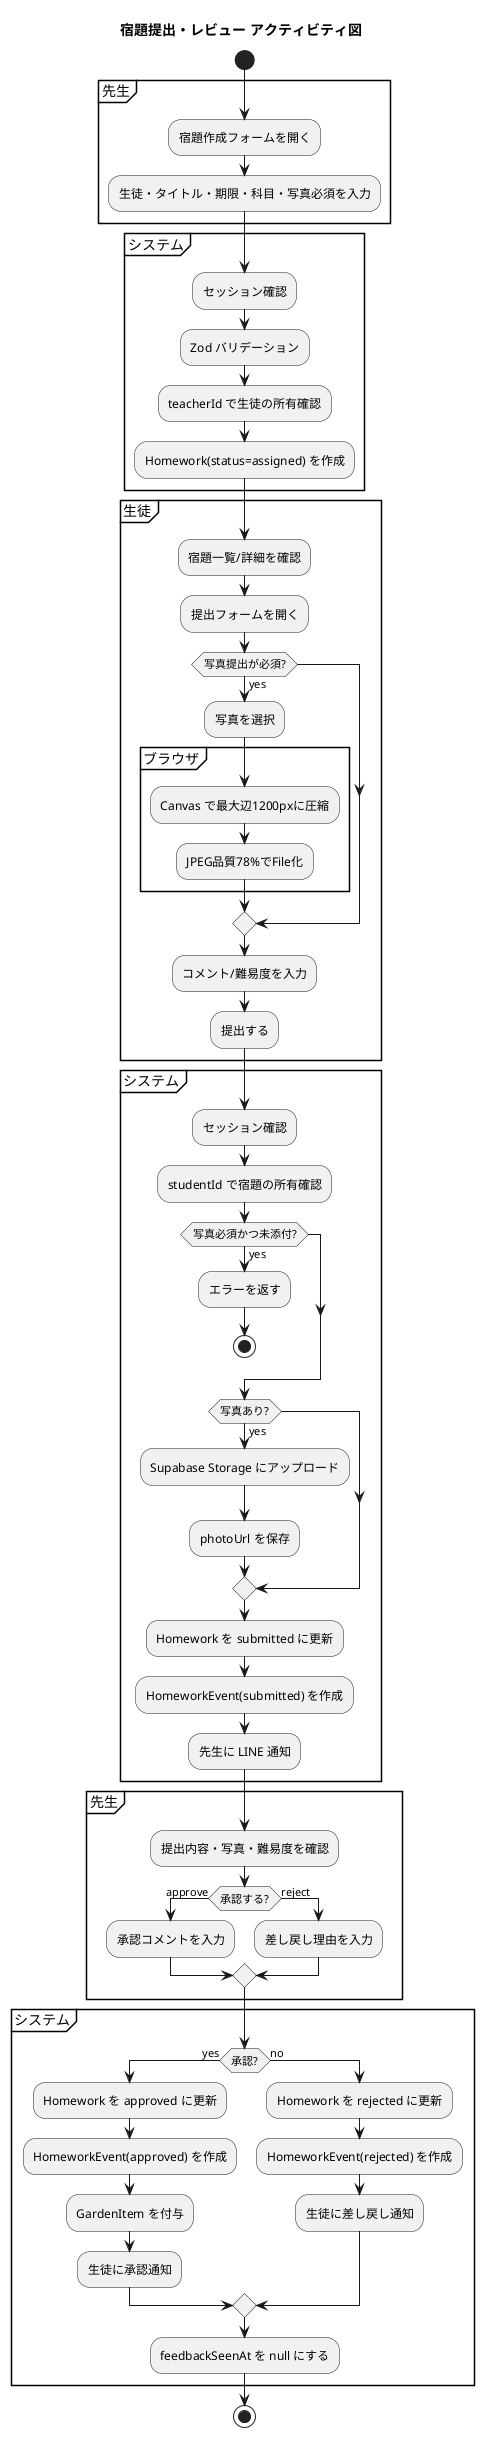
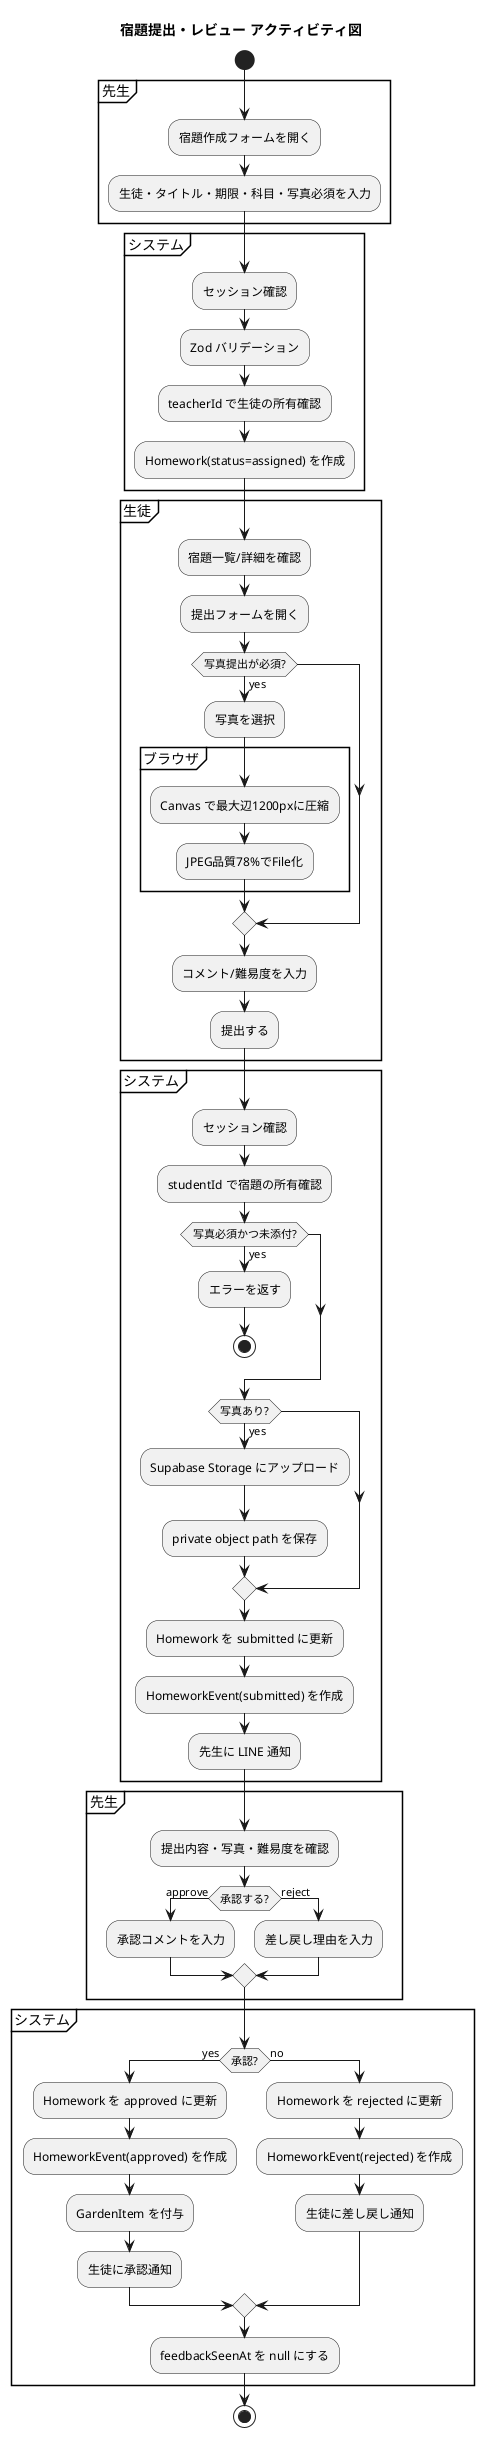
@startuml
' Related: UC-03..UC-06, FR-HW-01..03, BR-HW-01
title 宿題提出・レビュー アクティビティ図
start

partition "先生" {
  :宿題作成フォームを開く;
  :生徒・タイトル・期限・科目・写真必須を入力;
}

partition "システム" {
  :セッション確認;
  :Zod バリデーション;
  :teacherId で生徒の所有確認;
  :Homework(status=assigned) を作成;
}

partition "生徒" {
  :宿題一覧/詳細を確認;
  :提出フォームを開く;
  if (写真提出が必須?) then (yes)
    :写真を選択;
    partition "ブラウザ" {
      :Canvas で最大辺1200pxに圧縮;
      :JPEG品質78%でFile化;
    }
  endif
  :コメント/難易度を入力;
  :提出する;
}

partition "システム" {
  :セッション確認;
  :studentId で宿題の所有確認;
  if (写真必須かつ未添付?) then (yes)
    :エラーを返す;
    stop
  endif
  if (写真あり?) then (yes)
    :Supabase Storage にアップロード;
-     :photoUrl を保存;
+     :private object path を保存;
  endif
  :Homework を submitted に更新;
  :HomeworkEvent(submitted) を作成;
  :先生に LINE 通知;
}

partition "先生" {
  :提出内容・写真・難易度を確認;
  if (承認する?) then (approve)
    :承認コメントを入力;
  else (reject)
    :差し戻し理由を入力;
  endif
}

partition "システム" {
  if (承認?) then (yes)
    :Homework を approved に更新;
    :HomeworkEvent(approved) を作成;
    :GardenItem を付与;
    :生徒に承認通知;
  else (no)
    :Homework を rejected に更新;
    :HomeworkEvent(rejected) を作成;
    :生徒に差し戻し通知;
  endif
  :feedbackSeenAt を null にする;
}

stop
@enduml
